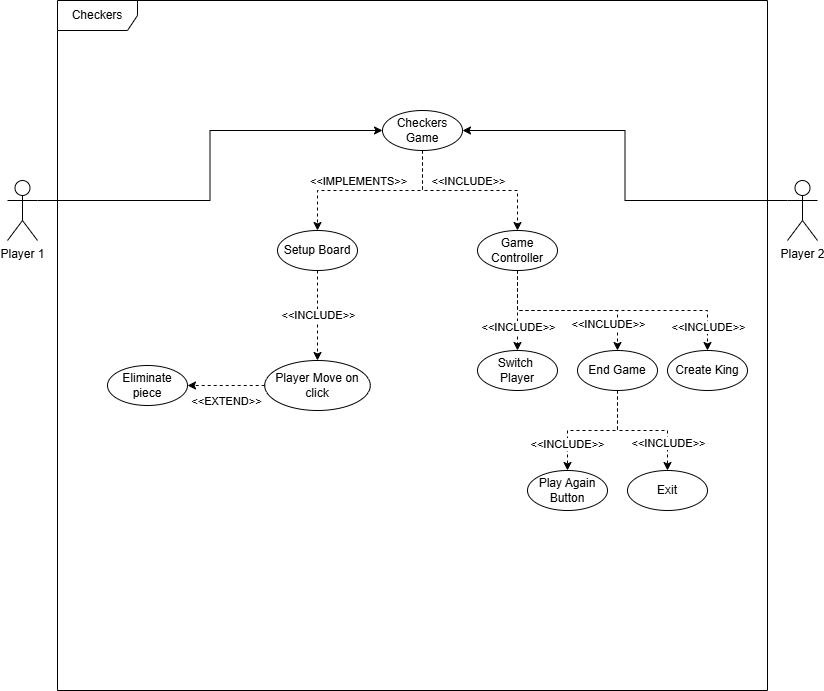
The draw.io diagram use case diagrams/use_case_diagram_checkers.png in aeMyst/Minigame-Portal, before a commit. Source tidied: cells renumbered, new cells last; positions are measured from the earlier drawing's top-left corner, leaving out a move shared by most shapes. Its diagram source:
```xml
<mxGraphModel>
  <root>
    <mxCell id="0" />
    <mxCell id="1" parent="0" />
    <mxCell id="2" value="Checkers" style="shape=umlFrame;whiteSpace=wrap;html=1;width=80;height=30;" parent="1" vertex="1">
      <mxGeometry x="50" width="710" height="690" as="geometry" />
    </mxCell>
    <mxCell id="3" style="edgeStyle=orthogonalEdgeStyle;rounded=0;jettySize=auto;html=1;exitX=1;exitY=0.3333333333333333;exitDx=0;exitDy=0;exitPerimeter=0;entryX=0;entryY=0.5;entryDx=0;entryDy=0;" parent="1" edge="1" source="4" target="7">
      <mxGeometry relative="1" as="geometry" />
    </mxCell>
    <mxCell id="4" value="Player 1&lt;div&gt;&lt;br&gt;&lt;/div&gt;" style="shape=umlActor;verticalLabelPosition=bottom;verticalAlign=top;html=1;" parent="1" vertex="1">
      <mxGeometry y="180" width="30" height="60" as="geometry" />
    </mxCell>
    <mxCell id="5" style="edgeStyle=orthogonalEdgeStyle;rounded=0;jettySize=auto;html=1;exitX=0;exitY=0.3333333333333333;exitDx=0;exitDy=0;exitPerimeter=0;entryX=1;entryY=0.5;entryDx=0;entryDy=0;" parent="1" edge="1" source="6" target="7">
      <mxGeometry relative="1" as="geometry" />
    </mxCell>
    <mxCell id="6" value="Player 2" style="shape=umlActor;verticalLabelPosition=bottom;verticalAlign=top;html=1;" parent="1" vertex="1">
      <mxGeometry x="780" y="180" width="30" height="60" as="geometry" />
    </mxCell>
    <mxCell id="7" value="Checkers Game" style="ellipse;whiteSpace=wrap;html=1;" parent="1" vertex="1">
      <mxGeometry x="375" y="110" width="80" height="40" as="geometry" />
    </mxCell>
    <mxCell id="8" style="edgeStyle=orthogonalEdgeStyle;rounded=0;jettySize=auto;html=1;exitX=0.5;exitY=1;exitDx=0;exitDy=0;entryX=0.5;entryY=0;entryDx=0;entryDy=0;dashed=1;" parent="1" edge="1" source="10" target="11">
      <mxGeometry relative="1" as="geometry" />
    </mxCell>
    <mxCell id="9" value="&amp;lt;&amp;lt;INCLUDE&amp;gt;&amp;gt;" style="edgeLabel;html=1;align=center;verticalAlign=middle;" parent="8" vertex="1">
      <mxGeometry x="-0.03" relative="1" as="geometry" />
    </mxCell>
    <mxCell id="10" value="Setup Board" style="ellipse;whiteSpace=wrap;html=1;" parent="1" vertex="1">
      <mxGeometry x="270" y="230" width="80" height="40" as="geometry" />
    </mxCell>
    <mxCell id="11" value="Player Move on click" style="ellipse;whiteSpace=wrap;html=1;" parent="1" vertex="1">
      <mxGeometry x="257.2" y="360" width="105.6" height="50" as="geometry" />
    </mxCell>
    <mxCell id="12" style="edgeStyle=orthogonalEdgeStyle;rounded=0;jettySize=auto;html=1;exitX=0.5;exitY=1;exitDx=0;exitDy=0;dashed=1;" parent="1" edge="1" source="7" target="10">
      <mxGeometry relative="1" as="geometry">
        <Array as="points">
          <mxPoint x="415" y="190" />
          <mxPoint x="310" y="190" />
        </Array>
      </mxGeometry>
    </mxCell>
    <mxCell id="13" value="&amp;lt;&amp;lt;IMPLEMENTS&amp;gt;&amp;gt;" style="edgeLabel;html=1;align=center;verticalAlign=middle;" parent="12" vertex="1">
      <mxGeometry x="0.11" y="-1" relative="1" as="geometry">
        <mxPoint x="-3" y="-9" as="offset" />
      </mxGeometry>
    </mxCell>
    <mxCell id="14" value="Eliminate piece" style="ellipse;whiteSpace=wrap;html=1;" parent="1" vertex="1">
      <mxGeometry x="100" y="365" width="80" height="40" as="geometry" />
    </mxCell>
    <mxCell id="15" style="edgeStyle=orthogonalEdgeStyle;rounded=0;jettySize=auto;html=1;exitX=0;exitY=0.5;exitDx=0;exitDy=0;entryX=1;entryY=0.5;entryDx=0;entryDy=0;dashed=1;" parent="1" edge="1" source="11" target="14">
      <mxGeometry relative="1" as="geometry" />
    </mxCell>
    <mxCell id="16" value="&amp;lt;&amp;lt;EXTEND&amp;gt;&amp;gt;" style="edgeLabel;html=1;align=center;verticalAlign=middle;" parent="15" vertex="1">
      <mxGeometry relative="1" as="geometry">
        <mxPoint y="15" as="offset" />
      </mxGeometry>
    </mxCell>
    <mxCell id="17" style="edgeStyle=orthogonalEdgeStyle;rounded=0;jettySize=auto;html=1;exitX=0.5;exitY=1;exitDx=0;exitDy=0;entryX=0.5;entryY=0;entryDx=0;entryDy=0;dashed=1;" parent="1" edge="1" source="21" target="22">
      <mxGeometry relative="1" as="geometry" />
    </mxCell>
    <mxCell id="18" value="&amp;lt;&amp;lt;INCLUDE&amp;gt;&amp;gt;" style="edgeLabel;html=1;align=center;verticalAlign=middle;" parent="17" vertex="1">
      <mxGeometry x="0.59" y="-1" relative="1" as="geometry" />
    </mxCell>
    <mxCell id="19" style="edgeStyle=orthogonalEdgeStyle;rounded=0;jettySize=auto;html=1;exitX=0.5;exitY=1;exitDx=0;exitDy=0;entryX=0.5;entryY=0;entryDx=0;entryDy=0;dashed=1;" parent="1" edge="1" source="21" target="23">
      <mxGeometry relative="1" as="geometry" />
    </mxCell>
    <mxCell id="20" value="&amp;lt;&amp;lt;INCLUDE&amp;gt;&amp;gt;" style="edgeLabel;html=1;align=center;verticalAlign=middle;" parent="19" vertex="1">
      <mxGeometry x="0.57" y="-1" relative="1" as="geometry">
        <mxPoint x="1" as="offset" />
      </mxGeometry>
    </mxCell>
    <mxCell id="21" value="End Game" style="ellipse;whiteSpace=wrap;html=1;" parent="1" vertex="1">
      <mxGeometry x="570" y="350" width="80" height="40" as="geometry" />
    </mxCell>
    <mxCell id="22" value="Play Again Button" style="ellipse;whiteSpace=wrap;html=1;" parent="1" vertex="1">
      <mxGeometry x="520" y="470" width="80" height="40" as="geometry" />
    </mxCell>
    <mxCell id="23" value="Exit" style="ellipse;whiteSpace=wrap;html=1;" parent="1" vertex="1">
      <mxGeometry x="620" y="470" width="80" height="40" as="geometry" />
    </mxCell>
    <mxCell id="24" value="Game Controller" style="ellipse;whiteSpace=wrap;html=1;" parent="1" vertex="1">
      <mxGeometry x="470" y="230" width="80" height="40" as="geometry" />
    </mxCell>
    <mxCell id="25" style="edgeStyle=orthogonalEdgeStyle;rounded=0;jettySize=auto;html=1;exitX=0.5;exitY=1;exitDx=0;exitDy=0;dashed=1;entryX=0.5;entryY=0;entryDx=0;entryDy=0;" parent="1" edge="1" source="7" target="24">
      <mxGeometry relative="1" as="geometry" />
    </mxCell>
    <mxCell id="26" value="&amp;lt;&amp;lt;INCLUDE&amp;gt;&amp;gt;" style="edgeLabel;html=1;align=center;verticalAlign=middle;" parent="25" vertex="1">
      <mxGeometry x="-0.12" y="3" relative="1" as="geometry">
        <mxPoint x="8" y="-7" as="offset" />
      </mxGeometry>
    </mxCell>
    <mxCell id="27" style="edgeStyle=orthogonalEdgeStyle;rounded=0;jettySize=auto;html=1;exitX=0.5;exitY=1;exitDx=0;exitDy=0;entryX=0.5;entryY=0;entryDx=0;entryDy=0;dashed=1;" parent="1" edge="1" source="24" target="21">
      <mxGeometry relative="1" as="geometry" />
    </mxCell>
    <mxCell id="28" value="&amp;lt;&amp;lt;INCLUDE&amp;gt;&amp;gt;" style="edgeLabel;html=1;align=center;verticalAlign=middle;" parent="27" vertex="1">
      <mxGeometry x="0.7" y="2" relative="1" as="geometry">
        <mxPoint x="-12" as="offset" />
      </mxGeometry>
    </mxCell>
    <mxCell id="29" value="Switch&amp;nbsp;&lt;div&gt;Pl&lt;span style=&quot;background-color: initial;&quot;&gt;ayer&lt;/span&gt;&lt;/div&gt;" style="ellipse;whiteSpace=wrap;html=1;" parent="1" vertex="1">
      <mxGeometry x="470" y="350" width="80" height="40" as="geometry" />
    </mxCell>
    <mxCell id="30" style="edgeStyle=orthogonalEdgeStyle;rounded=0;jettySize=auto;html=1;exitX=0.5;exitY=1;exitDx=0;exitDy=0;entryX=0.5;entryY=0;entryDx=0;entryDy=0;dashed=1;" parent="1" edge="1" source="24" target="29">
      <mxGeometry relative="1" as="geometry" />
    </mxCell>
    <mxCell id="31" value="&amp;lt;&amp;lt;INCLUDE&amp;gt;&amp;gt;" style="edgeLabel;html=1;align=center;verticalAlign=middle;" parent="30" vertex="1">
      <mxGeometry x="0.41" relative="1" as="geometry" />
    </mxCell>
    <mxCell id="32" value="Create King" style="ellipse;whiteSpace=wrap;html=1;" parent="1" vertex="1">
      <mxGeometry x="660" y="350" width="80" height="40" as="geometry" />
    </mxCell>
    <mxCell id="33" style="edgeStyle=orthogonalEdgeStyle;rounded=0;jettySize=auto;html=1;exitX=0.5;exitY=1;exitDx=0;exitDy=0;entryX=0.5;entryY=0;entryDx=0;entryDy=0;dashed=1;" parent="1" edge="1" source="24" target="32">
      <mxGeometry relative="1" as="geometry" />
    </mxCell>
    <mxCell id="34" value="&amp;lt;&amp;lt;INCLUDE&amp;gt;&amp;gt;" style="edgeLabel;html=1;align=center;verticalAlign=middle;" parent="33" vertex="1">
      <mxGeometry x="0.82" relative="1" as="geometry" />
    </mxCell>
  </root>
</mxGraphModel>
```
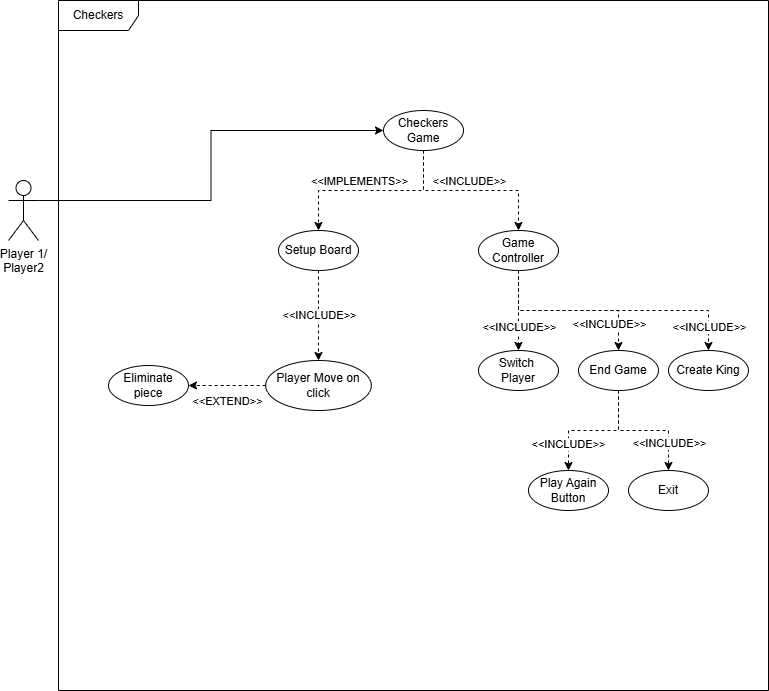
The same file after the commit.

Commit message:
update checkers use case diagram png

The edit, as a diff of the source:
```diff
@@ -8,15 +8,9 @@
     <mxCell id="3" style="edgeStyle=orthogonalEdgeStyle;rounded=0;jettySize=auto;html=1;exitX=1;exitY=0.3333333333333333;exitDx=0;exitDy=0;exitPerimeter=0;entryX=0;entryY=0.5;entryDx=0;entryDy=0;" parent="1" edge="1" source="4" target="7">
       <mxGeometry relative="1" as="geometry" />
     </mxCell>
-    <mxCell id="4" value="Player 1&lt;div&gt;&lt;br&gt;&lt;/div&gt;" style="shape=umlActor;verticalLabelPosition=bottom;verticalAlign=top;html=1;" parent="1" vertex="1">
+    <mxCell id="4" value="Player 1/&lt;div&gt;Player2&lt;br&gt;&lt;div&gt;&lt;div&gt;&lt;br&gt;&lt;/div&gt;&lt;/div&gt;&lt;/div&gt;" style="shape=umlActor;verticalLabelPosition=bottom;verticalAlign=top;html=1;" parent="1" vertex="1">
       <mxGeometry y="180" width="30" height="60" as="geometry" />
     </mxCell>
-    <mxCell id="5" style="edgeStyle=orthogonalEdgeStyle;rounded=0;jettySize=auto;html=1;exitX=0;exitY=0.3333333333333333;exitDx=0;exitDy=0;exitPerimeter=0;entryX=1;entryY=0.5;entryDx=0;entryDy=0;" parent="1" edge="1" source="6" target="7">
-      <mxGeometry relative="1" as="geometry" />
-    </mxCell>
-    <mxCell id="6" value="Player 2" style="shape=umlActor;verticalLabelPosition=bottom;verticalAlign=top;html=1;" parent="1" vertex="1">
-      <mxGeometry x="780" y="180" width="30" height="60" as="geometry" />
-    </mxCell>
     <mxCell id="7" value="Checkers Game" style="ellipse;whiteSpace=wrap;html=1;" parent="1" vertex="1">
       <mxGeometry x="375" y="110" width="80" height="40" as="geometry" />
     </mxCell>
```
